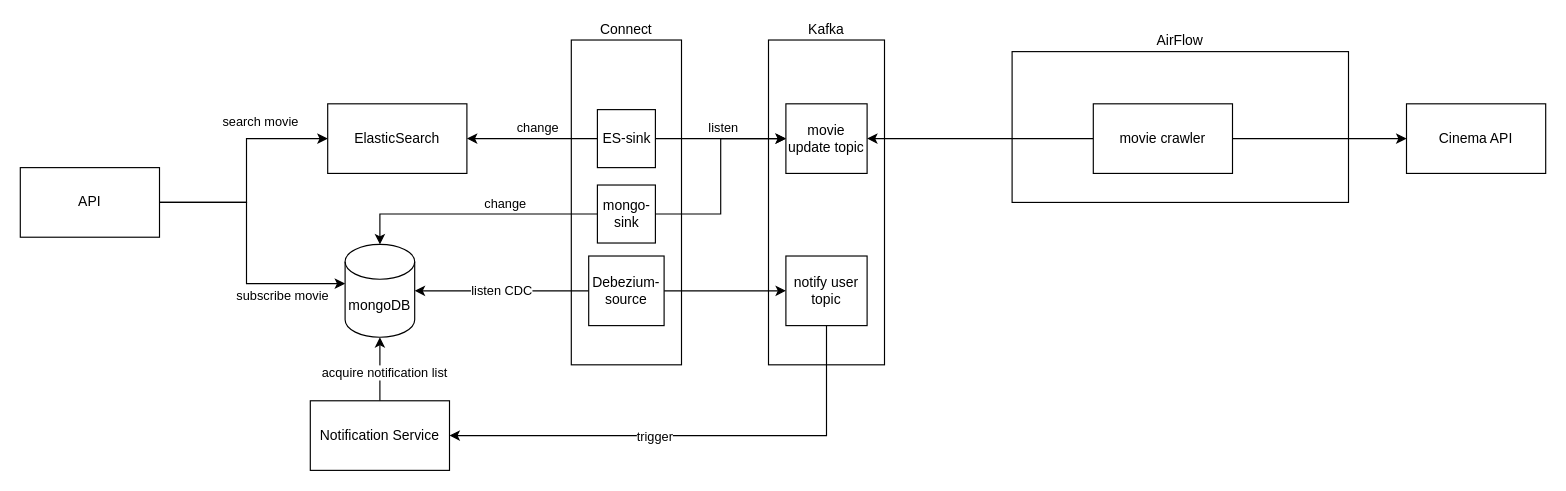
Earlier version of the draw.io diagram graph/arch.drawio (harrison-yck/data-engineering). Source tidied: cells renumbered, new cells numbered last; positions are measured from the earlier drawing's top-left corner, leaving out a move shared by most shapes. Both pictures are drawn from the tidied source at 116%, with x=0, y=0 at pixel (20, 39).
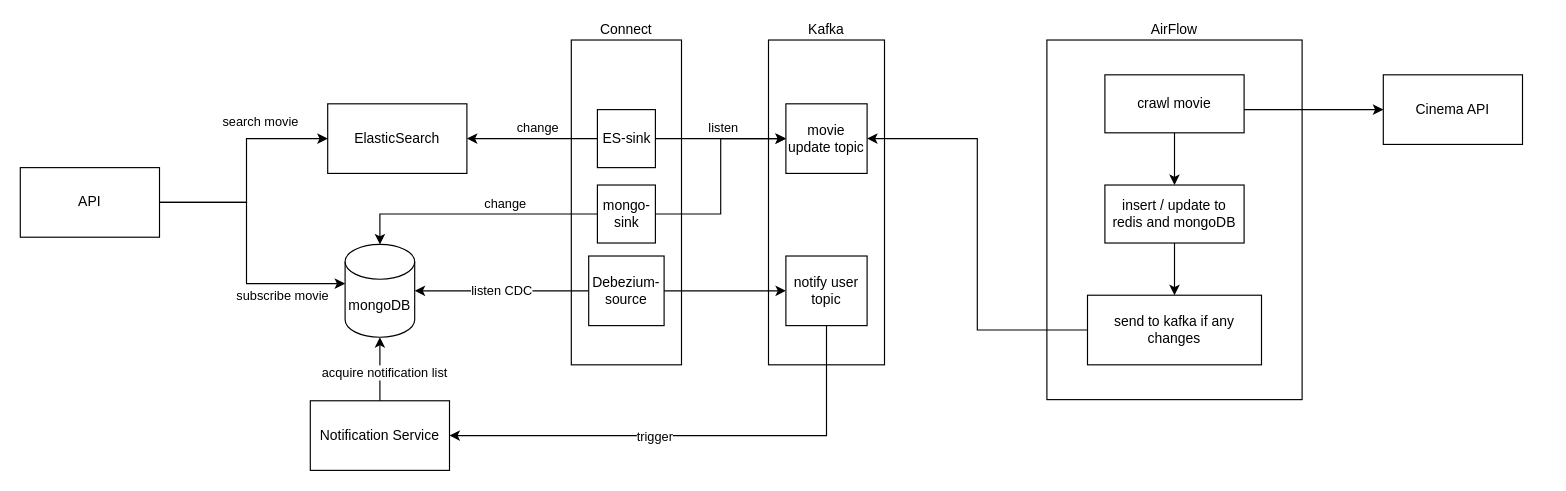
Above is the later version.

Unchanged cells that the change refers to:
```xml
<mxCell id="27" value="movie update topic" style="rounded=0;whiteSpace=wrap;html=1;" parent="1" vertex="1">
  <mxGeometry x="660" y="55" width="70" height="60" as="geometry" />
</mxCell>
```

What changed in the source:
```diff
@@
     <mxCell id="2" value="AirFlow" style="rounded=0;whiteSpace=wrap;html=1;labelPosition=center;verticalLabelPosition=top;align=center;verticalAlign=bottom;" parent="1" vertex="1">
-      <mxGeometry x="855" y="10" width="290" height="130" as="geometry" />
+      <mxGeometry x="885" width="220" height="310" as="geometry" />
     </mxCell>
@@
-    <mxCell id="4" style="edgeStyle=orthogonalEdgeStyle;rounded=0;jettySize=auto;html=1;entryX=1;entryY=0.5;entryDx=0;entryDy=0;" parent="1" edge="1" source="6" target="27">
-      <mxGeometry relative="1" as="geometry" />
-    </mxCell>
     <mxCell id="5" style="edgeStyle=orthogonalEdgeStyle;rounded=0;jettySize=auto;html=1;entryX=0;entryY=0.5;entryDx=0;entryDy=0;" parent="1" edge="1" source="6" target="8">
-      <mxGeometry relative="1" as="geometry" />
+      <mxGeometry relative="1" as="geometry">
+        <Array as="points">
+          <mxPoint x="1075" y="60" />
+          <mxPoint x="1075" y="60" />
+        </Array>
+      </mxGeometry>
     </mxCell>
+    <mxCell id="35" style="edgeStyle=orthogonalEdgeStyle;rounded=0;jettySize=auto;html=1;" parent="1" edge="1" source="6" target="37">
+      <mxGeometry relative="1" as="geometry" />
+    </mxCell>
-    <mxCell id="6" value="movie crawler" style="rounded=0;whiteSpace=wrap;html=1;" parent="1" vertex="1">
-      <mxGeometry x="925" y="55" width="120" height="60" as="geometry" />
+    <mxCell id="6" value="crawl movie" style="rounded=0;whiteSpace=wrap;html=1;labelPosition=center;verticalLabelPosition=middle;align=center;verticalAlign=middle;" parent="1" vertex="1">
+      <mxGeometry x="935" y="30" width="120" height="50" as="geometry" />
     </mxCell>
@@
     <mxCell id="8" value="Cinema API" style="rounded=0;whiteSpace=wrap;html=1;" parent="1" vertex="1">
-      <mxGeometry x="1195" y="55" width="120" height="60" as="geometry" />
+      <mxGeometry x="1175" y="30" width="120" height="60" as="geometry" />
     </mxCell>
@@
+    <mxCell id="36" style="edgeStyle=orthogonalEdgeStyle;rounded=0;jettySize=auto;html=1;entryX=0.5;entryY=0;entryDx=0;entryDy=0;" parent="1" edge="1" source="37" target="39">
+      <mxGeometry relative="1" as="geometry" />
+    </mxCell>
+    <mxCell id="37" value="insert / update to redis and mongoDB" style="rounded=0;whiteSpace=wrap;html=1;labelPosition=center;verticalLabelPosition=middle;align=center;verticalAlign=middle;" parent="1" vertex="1">
+      <mxGeometry x="935" y="125" width="120" height="50" as="geometry" />
+    </mxCell>
+    <mxCell id="38" style="edgeStyle=orthogonalEdgeStyle;rounded=0;jettySize=auto;html=1;entryX=1;entryY=0.5;entryDx=0;entryDy=0;" parent="1" edge="1" source="39" target="27">
+      <mxGeometry relative="1" as="geometry" />
+    </mxCell>
+    <mxCell id="39" value="send to kafka if any changes" style="rounded=0;whiteSpace=wrap;html=1;" parent="1" vertex="1">
+      <mxGeometry x="920" y="220" width="150" height="60" as="geometry" />
+    </mxCell>
```
